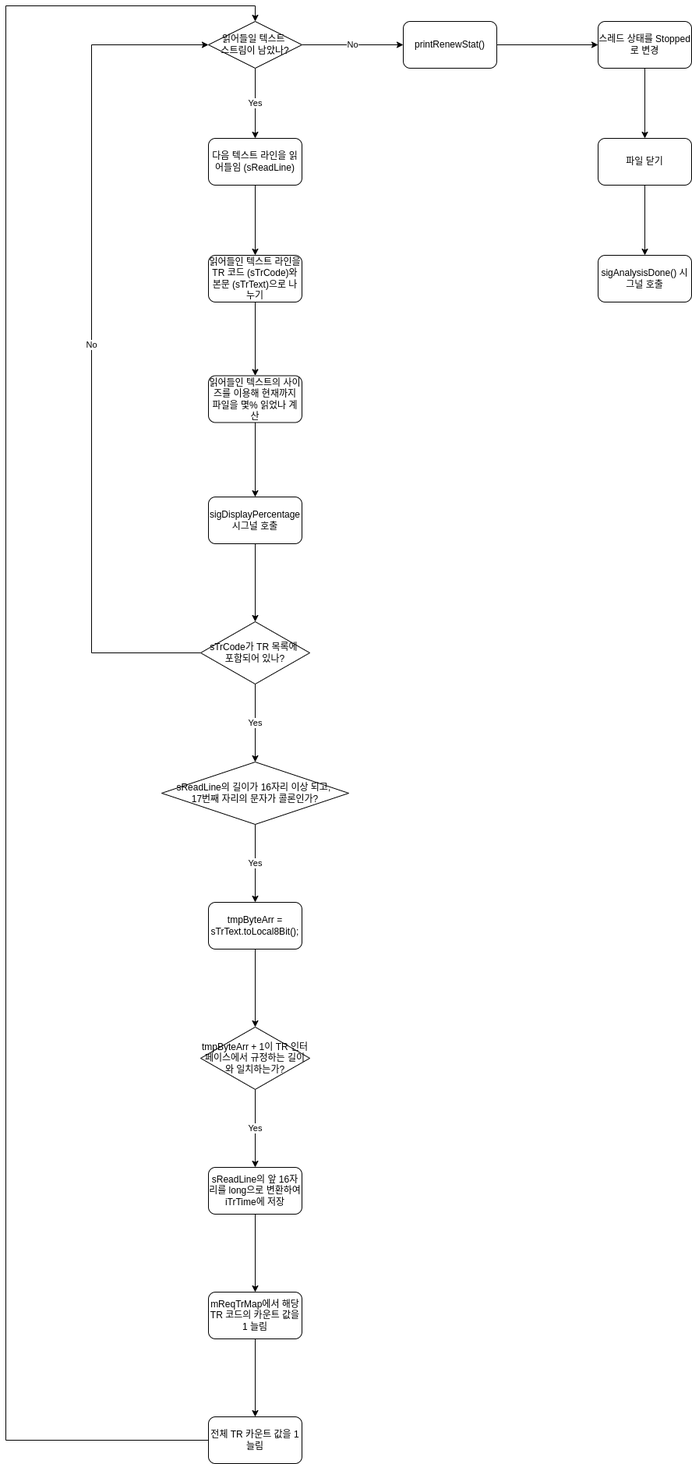
teammtc/teammtc.github.io keeps this draw.io diagram as assets/images/flowchart/process_reading.png. Above is the earlier version. Source tidied: cells renumbered, new cells last; positions are measured from the earlier drawing's top-left corner, leaving out a move shared by most shapes. Its diagram source:
```xml
<mxGraphModel>
  <root>
    <mxCell id="0" />
    <mxCell id="1" parent="0" />
    <mxCell id="2" value="No" style="edgeStyle=orthogonalEdgeStyle;rounded=0;jettySize=auto;html=1;exitX=1;exitY=0.5;exitDx=0;exitDy=0;entryX=0;entryY=0.5;entryDx=0;entryDy=0;" parent="1" edge="1" source="4" target="6">
      <mxGeometry relative="1" as="geometry" />
    </mxCell>
    <mxCell id="3" value="Yes" style="edgeStyle=orthogonalEdgeStyle;rounded=0;jettySize=auto;html=1;exitX=0.5;exitY=1;exitDx=0;exitDy=0;entryX=0.5;entryY=0;entryDx=0;entryDy=0;" parent="1" edge="1" source="4" target="13">
      <mxGeometry relative="1" as="geometry" />
    </mxCell>
    <mxCell id="4" value="읽어들일 텍스트&amp;nbsp;&lt;div&gt;스트림이 남았나?&lt;/div&gt;" style="rhombus;whiteSpace=wrap;html=1;" parent="1" vertex="1">
      <mxGeometry x="260" y="20" width="120" height="60" as="geometry" />
    </mxCell>
    <mxCell id="5" style="edgeStyle=orthogonalEdgeStyle;rounded=0;jettySize=auto;html=1;exitX=1;exitY=0.5;exitDx=0;exitDy=0;entryX=0;entryY=0.5;entryDx=0;entryDy=0;" parent="1" edge="1" source="6" target="8">
      <mxGeometry relative="1" as="geometry" />
    </mxCell>
    <mxCell id="6" value="printRenewStat()" style="rounded=1;whiteSpace=wrap;html=1;" parent="1" vertex="1">
      <mxGeometry x="510" y="20" width="120" height="60" as="geometry" />
    </mxCell>
    <mxCell id="7" style="edgeStyle=orthogonalEdgeStyle;rounded=0;jettySize=auto;html=1;exitX=0.5;exitY=1;exitDx=0;exitDy=0;entryX=0.5;entryY=0;entryDx=0;entryDy=0;" parent="1" edge="1" source="8" target="10">
      <mxGeometry relative="1" as="geometry" />
    </mxCell>
    <mxCell id="8" value="스레드 상태를 Stopped로 변경" style="rounded=1;whiteSpace=wrap;html=1;" parent="1" vertex="1">
      <mxGeometry x="760" y="20" width="120" height="60" as="geometry" />
    </mxCell>
    <mxCell id="9" style="edgeStyle=orthogonalEdgeStyle;rounded=0;jettySize=auto;html=1;exitX=0.5;exitY=1;exitDx=0;exitDy=0;entryX=0.5;entryY=0;entryDx=0;entryDy=0;" parent="1" edge="1" source="10" target="11">
      <mxGeometry relative="1" as="geometry" />
    </mxCell>
    <mxCell id="10" value="파일 닫기" style="rounded=1;whiteSpace=wrap;html=1;" parent="1" vertex="1">
      <mxGeometry x="760" y="170" width="120" height="60" as="geometry" />
    </mxCell>
    <mxCell id="11" value="sigAnalysisDone() 시그널 호출" style="rounded=1;whiteSpace=wrap;html=1;" parent="1" vertex="1">
      <mxGeometry x="760" y="320" width="120" height="60" as="geometry" />
    </mxCell>
    <mxCell id="12" style="edgeStyle=orthogonalEdgeStyle;rounded=0;jettySize=auto;html=1;exitX=0.5;exitY=1;exitDx=0;exitDy=0;entryX=0.5;entryY=0;entryDx=0;entryDy=0;" parent="1" edge="1" source="13" target="15">
      <mxGeometry relative="1" as="geometry" />
    </mxCell>
    <mxCell id="13" value="다음 텍스트 라인을 읽어들임 (sReadLine)" style="rounded=1;whiteSpace=wrap;html=1;" parent="1" vertex="1">
      <mxGeometry x="260" y="170" width="120" height="60" as="geometry" />
    </mxCell>
    <mxCell id="14" style="edgeStyle=orthogonalEdgeStyle;rounded=0;jettySize=auto;html=1;exitX=0.5;exitY=1;exitDx=0;exitDy=0;entryX=0.5;entryY=0;entryDx=0;entryDy=0;" parent="1" edge="1" source="15" target="17">
      <mxGeometry relative="1" as="geometry" />
    </mxCell>
    <mxCell id="15" value="읽어들인 텍스트 라인을 TR 코드 (sTrCode)와 본문 (sTrText)으로 나누기" style="rounded=1;whiteSpace=wrap;html=1;" parent="1" vertex="1">
      <mxGeometry x="260" y="320" width="120" height="60" as="geometry" />
    </mxCell>
    <mxCell id="16" style="edgeStyle=orthogonalEdgeStyle;rounded=0;jettySize=auto;html=1;exitX=0.5;exitY=1;exitDx=0;exitDy=0;entryX=0.5;entryY=0;entryDx=0;entryDy=0;" parent="1" edge="1" source="17" target="19">
      <mxGeometry relative="1" as="geometry" />
    </mxCell>
    <mxCell id="17" value="읽어들인 텍스트의 사이즈를 이용해 현재까지 파일을 몇% 읽었나 계산" style="rounded=1;whiteSpace=wrap;html=1;" parent="1" vertex="1">
      <mxGeometry x="260" y="474.5" width="120" height="60" as="geometry" />
    </mxCell>
    <mxCell id="18" style="edgeStyle=orthogonalEdgeStyle;rounded=0;jettySize=auto;html=1;exitX=0.5;exitY=1;exitDx=0;exitDy=0;entryX=0.5;entryY=0;entryDx=0;entryDy=0;" parent="1" edge="1" source="19" target="22">
      <mxGeometry relative="1" as="geometry" />
    </mxCell>
    <mxCell id="19" value="sigDisplayPercentage 시그널 호출" style="rounded=1;whiteSpace=wrap;html=1;" parent="1" vertex="1">
      <mxGeometry x="260" y="630" width="120" height="60" as="geometry" />
    </mxCell>
    <mxCell id="20" value="No" style="edgeStyle=orthogonalEdgeStyle;rounded=0;jettySize=auto;html=1;exitX=0;exitY=0.5;exitDx=0;exitDy=0;entryX=0;entryY=0.5;entryDx=0;entryDy=0;" parent="1" edge="1" source="22" target="4">
      <mxGeometry relative="1" as="geometry">
        <Array as="points">
          <mxPoint x="110" y="830" />
          <mxPoint x="110" y="50" />
        </Array>
      </mxGeometry>
    </mxCell>
    <mxCell id="21" value="Yes" style="edgeStyle=orthogonalEdgeStyle;rounded=0;jettySize=auto;html=1;exitX=0.5;exitY=1;exitDx=0;exitDy=0;entryX=0.5;entryY=0;entryDx=0;entryDy=0;" parent="1" edge="1" source="22" target="24">
      <mxGeometry relative="1" as="geometry" />
    </mxCell>
    <mxCell id="22" value="sTrCode가 TR 목록에&amp;nbsp;&lt;div&gt;포함되어 있나?&lt;/div&gt;" style="rhombus;whiteSpace=wrap;html=1;" parent="1" vertex="1">
      <mxGeometry x="250" y="790" width="140" height="80" as="geometry" />
    </mxCell>
    <mxCell id="23" value="Yes" style="edgeStyle=orthogonalEdgeStyle;rounded=0;jettySize=auto;html=1;exitX=0.5;exitY=1;exitDx=0;exitDy=0;entryX=0.5;entryY=0;entryDx=0;entryDy=0;" parent="1" edge="1" source="24" target="26">
      <mxGeometry relative="1" as="geometry" />
    </mxCell>
    <mxCell id="24" value="sReadLine의 길이가 16자리 이상 되고,&amp;nbsp;&lt;div&gt;17번째 자리의 문자가 콜론인가?&lt;/div&gt;" style="rhombus;whiteSpace=wrap;html=1;" parent="1" vertex="1">
      <mxGeometry x="200" y="970" width="240" height="80" as="geometry" />
    </mxCell>
    <mxCell id="25" style="edgeStyle=orthogonalEdgeStyle;rounded=0;jettySize=auto;html=1;exitX=0.5;exitY=1;exitDx=0;exitDy=0;entryX=0.5;entryY=0;entryDx=0;entryDy=0;" parent="1" edge="1" source="26" target="28">
      <mxGeometry relative="1" as="geometry" />
    </mxCell>
    <mxCell id="26" value="tmpByteArr = sTrText.toLocal8Bit();" style="rounded=1;whiteSpace=wrap;html=1;" parent="1" vertex="1">
      <mxGeometry x="260" y="1150" width="120" height="60" as="geometry" />
    </mxCell>
    <mxCell id="27" value="Yes" style="edgeStyle=orthogonalEdgeStyle;rounded=0;jettySize=auto;html=1;exitX=0.5;exitY=1;exitDx=0;exitDy=0;entryX=0.5;entryY=0;entryDx=0;entryDy=0;" parent="1" edge="1" source="28" target="30">
      <mxGeometry relative="1" as="geometry" />
    </mxCell>
    <mxCell id="28" value="tmpByteArr + 1이 TR 인터페이스에서 규정하는 길이와 일치하는가?" style="rhombus;whiteSpace=wrap;html=1;" parent="1" vertex="1">
      <mxGeometry x="250" y="1310" width="140" height="80" as="geometry" />
    </mxCell>
    <mxCell id="29" style="edgeStyle=orthogonalEdgeStyle;rounded=0;jettySize=auto;html=1;exitX=0.5;exitY=1;exitDx=0;exitDy=0;entryX=0.5;entryY=0;entryDx=0;entryDy=0;" parent="1" edge="1" source="30" target="32">
      <mxGeometry relative="1" as="geometry" />
    </mxCell>
    <mxCell id="30" value="sReadLine의 앞 16자리를 long으로 변환하여 iTrTime에 저장" style="rounded=1;whiteSpace=wrap;html=1;" parent="1" vertex="1">
      <mxGeometry x="260" y="1490" width="120" height="60" as="geometry" />
    </mxCell>
    <mxCell id="31" style="edgeStyle=orthogonalEdgeStyle;rounded=0;jettySize=auto;html=1;exitX=0.5;exitY=1;exitDx=0;exitDy=0;entryX=0.5;entryY=0;entryDx=0;entryDy=0;" parent="1" edge="1" source="32" target="34">
      <mxGeometry relative="1" as="geometry" />
    </mxCell>
    <mxCell id="32" value="mReqTrMap에서 해당 TR 코드의 카운트 값을 1 늘림" style="rounded=1;whiteSpace=wrap;html=1;" parent="1" vertex="1">
      <mxGeometry x="260" y="1650" width="120" height="60" as="geometry" />
    </mxCell>
    <mxCell id="33" style="edgeStyle=orthogonalEdgeStyle;rounded=0;jettySize=auto;html=1;exitX=0;exitY=0.5;exitDx=0;exitDy=0;entryX=0.5;entryY=0;entryDx=0;entryDy=0;" parent="1" edge="1" source="34" target="4">
      <mxGeometry relative="1" as="geometry">
        <Array as="points">
          <mxPoint y="1840" />
          <mxPoint />
          <mxPoint x="320" />
        </Array>
      </mxGeometry>
    </mxCell>
    <mxCell id="34" value="전체 TR 카운트 값을 1 늘림" style="rounded=1;whiteSpace=wrap;html=1;" parent="1" vertex="1">
      <mxGeometry x="260" y="1810" width="120" height="60" as="geometry" />
    </mxCell>
  </root>
</mxGraphModel>
```
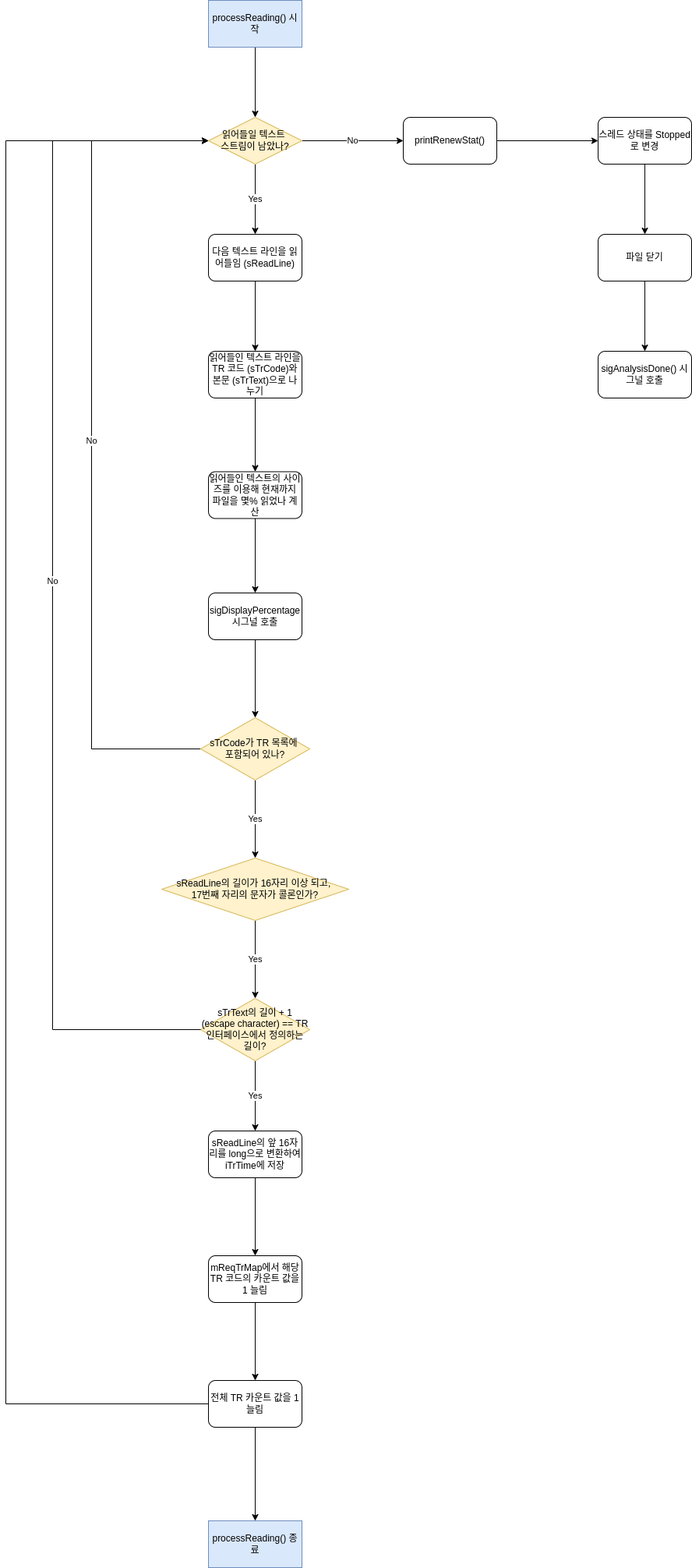
After the commit.

Diff of the diagram source:
```diff
@@ -8,7 +8,7 @@
     <mxCell id="3" value="Yes" style="edgeStyle=orthogonalEdgeStyle;rounded=0;jettySize=auto;html=1;exitX=0.5;exitY=1;exitDx=0;exitDy=0;entryX=0.5;entryY=0;entryDx=0;entryDy=0;" parent="1" edge="1" source="4" target="13">
       <mxGeometry relative="1" as="geometry" />
     </mxCell>
-    <mxCell id="4" value="읽어들일 텍스트&amp;nbsp;&lt;div&gt;스트림이 남았나?&lt;/div&gt;" style="rhombus;whiteSpace=wrap;html=1;" parent="1" vertex="1">
+    <mxCell id="4" value="읽어들일 텍스트&amp;nbsp;&lt;div&gt;스트림이 남았나?&lt;/div&gt;" style="rhombus;whiteSpace=wrap;html=1;fillColor=#fff2cc;strokeColor=#d6b656;" parent="1" vertex="1">
       <mxGeometry x="260" y="20" width="120" height="60" as="geometry" />
     </mxCell>
     <mxCell id="5" style="edgeStyle=orthogonalEdgeStyle;rounded=0;jettySize=auto;html=1;exitX=1;exitY=0.5;exitDx=0;exitDy=0;entryX=0;entryY=0.5;entryDx=0;entryDy=0;" parent="1" edge="1" source="6" target="8">
@@ -67,50 +67,63 @@
     <mxCell id="21" value="Yes" style="edgeStyle=orthogonalEdgeStyle;rounded=0;jettySize=auto;html=1;exitX=0.5;exitY=1;exitDx=0;exitDy=0;entryX=0.5;entryY=0;entryDx=0;entryDy=0;" parent="1" edge="1" source="22" target="24">
       <mxGeometry relative="1" as="geometry" />
     </mxCell>
-    <mxCell id="22" value="sTrCode가 TR 목록에&amp;nbsp;&lt;div&gt;포함되어 있나?&lt;/div&gt;" style="rhombus;whiteSpace=wrap;html=1;" parent="1" vertex="1">
+    <mxCell id="22" value="sTrCode가 TR 목록에&amp;nbsp;&lt;div&gt;포함되어 있나?&lt;/div&gt;" style="rhombus;whiteSpace=wrap;html=1;fillColor=#fff2cc;strokeColor=#d6b656;" parent="1" vertex="1">
       <mxGeometry x="250" y="790" width="140" height="80" as="geometry" />
     </mxCell>
-    <mxCell id="23" value="Yes" style="edgeStyle=orthogonalEdgeStyle;rounded=0;jettySize=auto;html=1;exitX=0.5;exitY=1;exitDx=0;exitDy=0;entryX=0.5;entryY=0;entryDx=0;entryDy=0;" parent="1" edge="1" source="24" target="26">
+    <mxCell id="23" value="Yes" style="edgeStyle=orthogonalEdgeStyle;rounded=0;jettySize=auto;html=1;exitX=0.5;exitY=1;exitDx=0;exitDy=0;entryX=0.5;entryY=0;entryDx=0;entryDy=0;" parent="1" edge="1" source="24" target="28">
       <mxGeometry relative="1" as="geometry" />
     </mxCell>
-    <mxCell id="24" value="sReadLine의 길이가 16자리 이상 되고,&amp;nbsp;&lt;div&gt;17번째 자리의 문자가 콜론인가?&lt;/div&gt;" style="rhombus;whiteSpace=wrap;html=1;" parent="1" vertex="1">
+    <mxCell id="24" value="sReadLine의 길이가 16자리 이상 되고,&amp;nbsp;&lt;div&gt;17번째 자리의 문자가 콜론인가?&lt;/div&gt;" style="rhombus;whiteSpace=wrap;html=1;fillColor=#fff2cc;strokeColor=#d6b656;" parent="1" vertex="1">
       <mxGeometry x="200" y="970" width="240" height="80" as="geometry" />
     </mxCell>
-    <mxCell id="25" style="edgeStyle=orthogonalEdgeStyle;rounded=0;jettySize=auto;html=1;exitX=0.5;exitY=1;exitDx=0;exitDy=0;entryX=0.5;entryY=0;entryDx=0;entryDy=0;" parent="1" edge="1" source="26" target="28">
-      <mxGeometry relative="1" as="geometry" />
-    </mxCell>
-    <mxCell id="26" value="tmpByteArr = sTrText.toLocal8Bit();" style="rounded=1;whiteSpace=wrap;html=1;" parent="1" vertex="1">
-      <mxGeometry x="260" y="1150" width="120" height="60" as="geometry" />
-    </mxCell>
     <mxCell id="27" value="Yes" style="edgeStyle=orthogonalEdgeStyle;rounded=0;jettySize=auto;html=1;exitX=0.5;exitY=1;exitDx=0;exitDy=0;entryX=0.5;entryY=0;entryDx=0;entryDy=0;" parent="1" edge="1" source="28" target="30">
       <mxGeometry relative="1" as="geometry" />
     </mxCell>
-    <mxCell id="28" value="tmpByteArr + 1이 TR 인터페이스에서 규정하는 길이와 일치하는가?" style="rhombus;whiteSpace=wrap;html=1;" parent="1" vertex="1">
-      <mxGeometry x="250" y="1310" width="140" height="80" as="geometry" />
+    <mxCell id="28" value="sTrText의 길이 + 1 (escape character) == TR 인터페이스에서 정의하는 길이?" style="rhombus;whiteSpace=wrap;html=1;fillColor=#fff2cc;strokeColor=#d6b656;" parent="1" vertex="1">
+      <mxGeometry x="250" y="1150" width="140" height="80" as="geometry" />
     </mxCell>
     <mxCell id="29" style="edgeStyle=orthogonalEdgeStyle;rounded=0;jettySize=auto;html=1;exitX=0.5;exitY=1;exitDx=0;exitDy=0;entryX=0.5;entryY=0;entryDx=0;entryDy=0;" parent="1" edge="1" source="30" target="32">
       <mxGeometry relative="1" as="geometry" />
     </mxCell>
     <mxCell id="30" value="sReadLine의 앞 16자리를 long으로 변환하여 iTrTime에 저장" style="rounded=1;whiteSpace=wrap;html=1;" parent="1" vertex="1">
-      <mxGeometry x="260" y="1490" width="120" height="60" as="geometry" />
+      <mxGeometry x="260" y="1320" width="120" height="60" as="geometry" />
     </mxCell>
     <mxCell id="31" style="edgeStyle=orthogonalEdgeStyle;rounded=0;jettySize=auto;html=1;exitX=0.5;exitY=1;exitDx=0;exitDy=0;entryX=0.5;entryY=0;entryDx=0;entryDy=0;" parent="1" edge="1" source="32" target="34">
       <mxGeometry relative="1" as="geometry" />
     </mxCell>
     <mxCell id="32" value="mReqTrMap에서 해당 TR 코드의 카운트 값을 1 늘림" style="rounded=1;whiteSpace=wrap;html=1;" parent="1" vertex="1">
-      <mxGeometry x="260" y="1650" width="120" height="60" as="geometry" />
+      <mxGeometry x="260" y="1480" width="120" height="60" as="geometry" />
     </mxCell>
-    <mxCell id="33" style="edgeStyle=orthogonalEdgeStyle;rounded=0;jettySize=auto;html=1;exitX=0;exitY=0.5;exitDx=0;exitDy=0;entryX=0.5;entryY=0;entryDx=0;entryDy=0;" parent="1" edge="1" source="34" target="4">
+    <mxCell id="33" style="edgeStyle=orthogonalEdgeStyle;rounded=0;jettySize=auto;html=1;exitX=0;exitY=0.5;exitDx=0;exitDy=0;entryX=0;entryY=0.5;entryDx=0;entryDy=0;" parent="1" edge="1" source="34" target="4">
       <mxGeometry relative="1" as="geometry">
         <Array as="points">
-          <mxPoint y="1840" />
-          <mxPoint />
-          <mxPoint x="320" />
+          <mxPoint y="1670" />
+          <mxPoint y="50" />
         </Array>
       </mxGeometry>
     </mxCell>
+    <mxCell id="35" style="edgeStyle=orthogonalEdgeStyle;rounded=0;jettySize=auto;html=1;exitX=0.5;exitY=1;exitDx=0;exitDy=0;entryX=0.5;entryY=0;entryDx=0;entryDy=0;" parent="1" edge="1" source="34" target="39">
+      <mxGeometry relative="1" as="geometry" />
+    </mxCell>
     <mxCell id="34" value="전체 TR 카운트 값을 1 늘림" style="rounded=1;whiteSpace=wrap;html=1;" parent="1" vertex="1">
-      <mxGeometry x="260" y="1810" width="120" height="60" as="geometry" />
+      <mxGeometry x="260" y="1640" width="120" height="60" as="geometry" />
     </mxCell>
+    <mxCell id="36" value="No" style="edgeStyle=orthogonalEdgeStyle;rounded=0;jettySize=auto;html=1;exitX=0;exitY=0.5;exitDx=0;exitDy=0;entryX=0;entryY=0.5;entryDx=0;entryDy=0;" parent="1" edge="1" source="28" target="4">
+      <mxGeometry relative="1" as="geometry">
+        <Array as="points">
+          <mxPoint x="60" y="1190" />
+          <mxPoint x="60" y="50" />
+        </Array>
+      </mxGeometry>
+    </mxCell>
+    <mxCell id="37" style="edgeStyle=orthogonalEdgeStyle;rounded=0;jettySize=auto;html=1;exitX=0.5;exitY=1;exitDx=0;exitDy=0;entryX=0.5;entryY=0;entryDx=0;entryDy=0;" parent="1" edge="1" source="38" target="4">
+      <mxGeometry relative="1" as="geometry" />
+    </mxCell>
+    <mxCell id="38" value="processReading() 시작" style="rounded=0;whiteSpace=wrap;html=1;fillColor=#dae8fc;strokeColor=#6c8ebf;" parent="1" vertex="1">
+      <mxGeometry x="260" y="-130" width="120" height="60" as="geometry" />
+    </mxCell>
+    <mxCell id="39" value="processReading() 종료" style="rounded=0;whiteSpace=wrap;html=1;fillColor=#dae8fc;strokeColor=#6c8ebf;" parent="1" vertex="1">
+      <mxGeometry x="260" y="1820" width="120" height="60" as="geometry" />
+    </mxCell>
   </root>
 </mxGraphModel>
```
